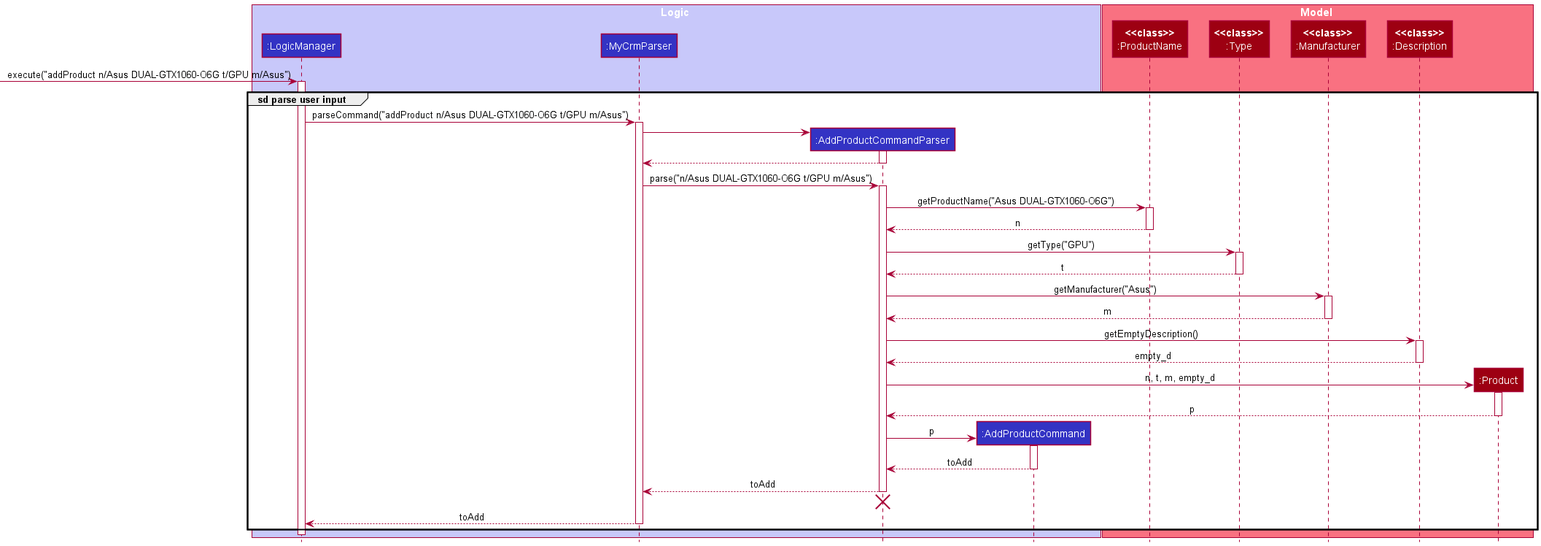
Before: docs/images/product/AddProductSequenceDiagram_Parse.png, a diagram exported from PlantUML (ooawagaeri/tp).
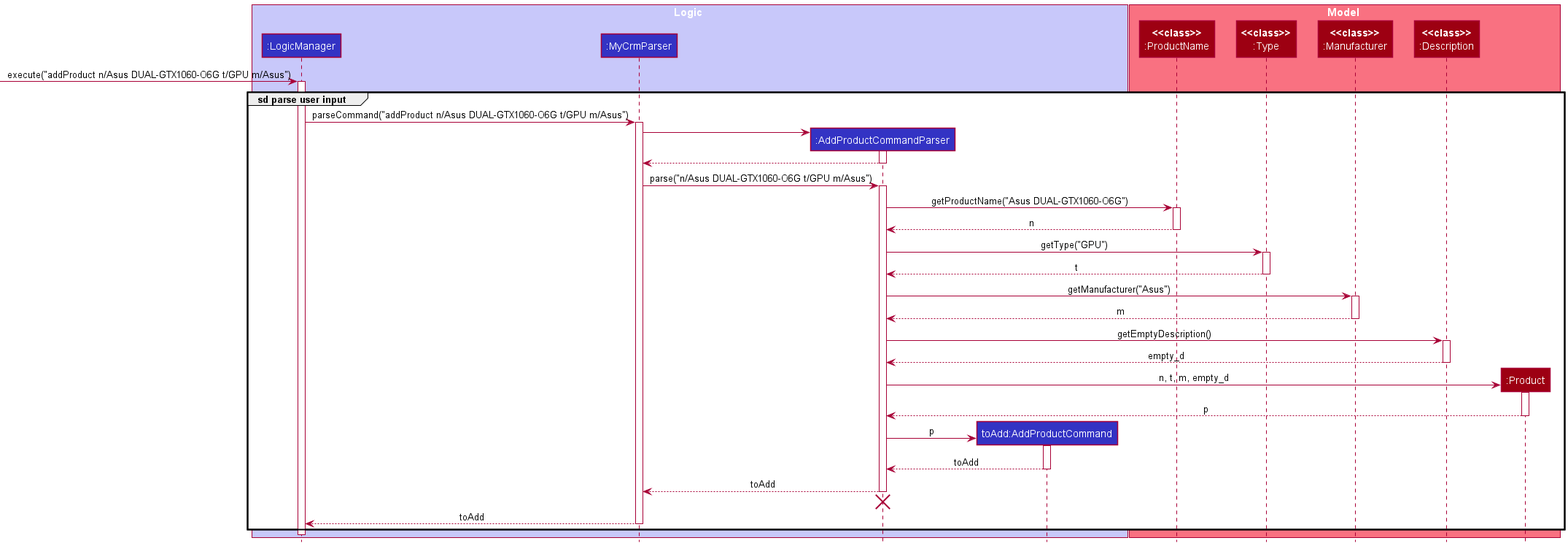
Later version of the same file.

What changed in the source:
```diff
@@ -5,7 +5,7 @@
 participant ":LogicManager" as LogicManager LOGIC_COLOR
 participant ":MyCrmParser" as MyCrmParser LOGIC_COLOR
 participant ":AddProductCommandParser" as AddProductCommandParser LOGIC_COLOR
-participant ":AddProductCommand" as AddProductCommand LOGIC_COLOR
+participant "toAdd:AddProductCommand" as AddProductCommand LOGIC_COLOR
 end box
 
 box Model MODEL_COLOR_T1
```
